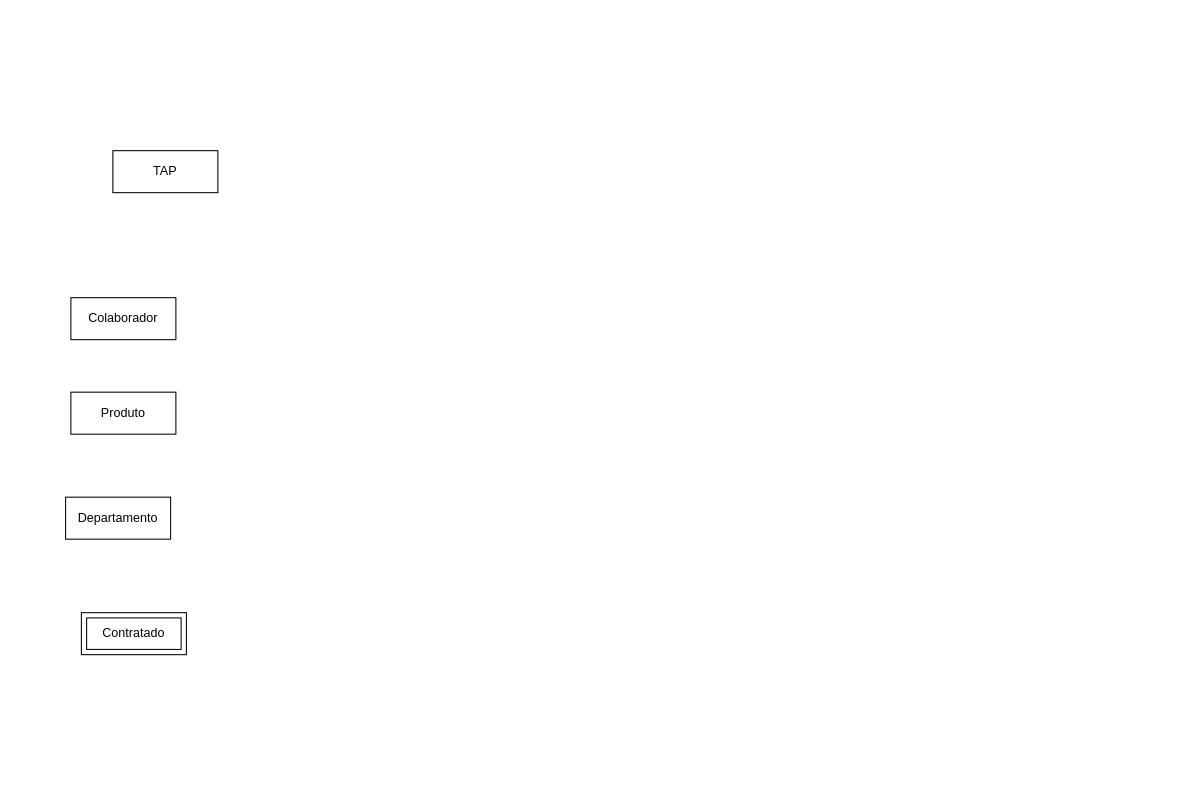
danielpiupiu/Projetos keeps this draw.io diagram as Ativos de produção.drawio. Above is the earlier version. Source tidied: cells renumbered, new cells numbered last; positions are measured from the earlier drawing's top-left corner, leaving out a move shared by most shapes. Both pictures are drawn from the tidied source at 105%, with x=0, y=0 at pixel (65, 150).
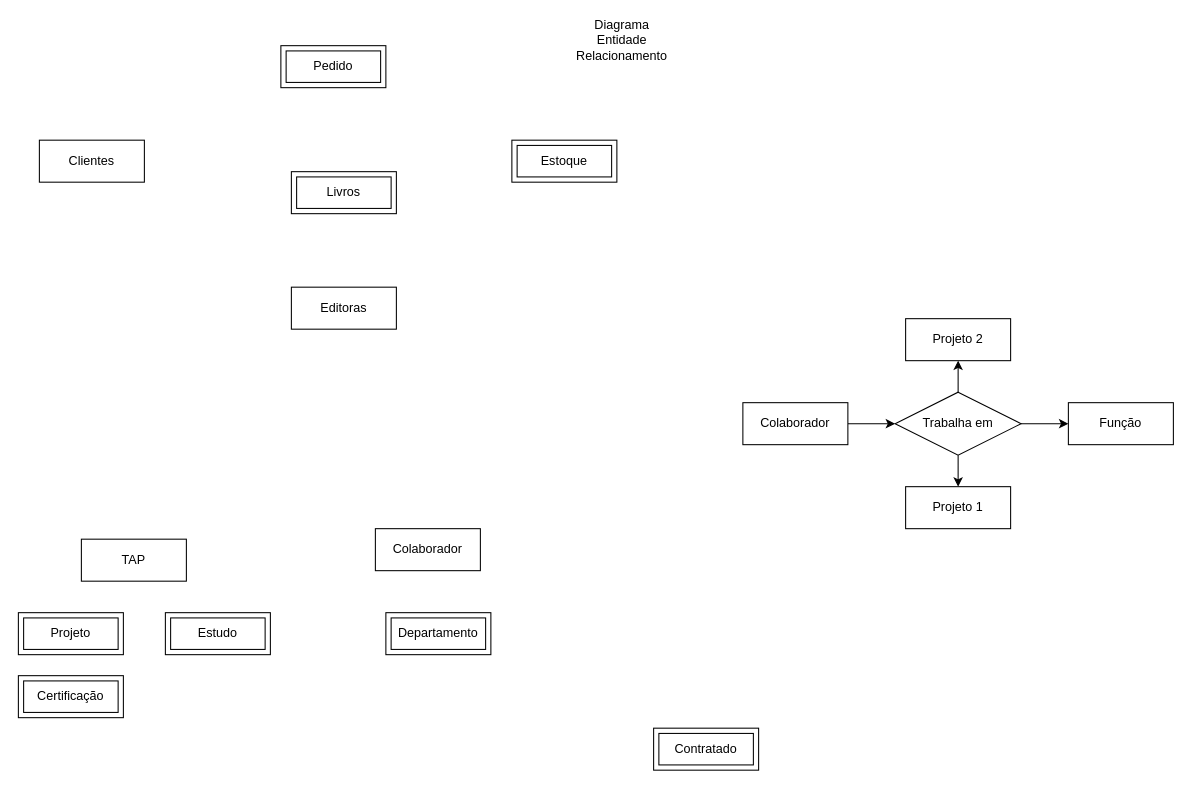
The same page after the edit.

Change to the diagram source:
```diff
@@
+    <mxCell id="7" style="edgeStyle=orthogonalEdgeStyle;rounded=0;jettySize=auto;html=1;" parent="1" edge="1" source="2" target="20">
+      <mxGeometry relative="1" as="geometry" />
+    </mxCell>
     <mxCell id="2" value="Colaborador" style="whiteSpace=wrap;html=1;align=center;" parent="1" vertex="1">
-      <mxGeometry x="5" y="140" width="100" height="40" as="geometry" />
+      <mxGeometry x="645" y="240" width="100" height="40" as="geometry" />
     </mxCell>
-    <mxCell id="3" value="Produto" style="whiteSpace=wrap;html=1;align=center;" parent="1" vertex="1">
-      <mxGeometry x="5" y="230" width="100" height="40" as="geometry" />
-    </mxCell>
-    <mxCell id="4" value="Departamento" style="whiteSpace=wrap;html=1;align=center;" parent="1" vertex="1">
-      <mxGeometry y="330" width="100" height="40" as="geometry" />
-    </mxCell>
     <mxCell id="5" value="Contratado" style="shape=ext;margin=3;double=1;whiteSpace=wrap;html=1;align=center;" parent="1" vertex="1">
-      <mxGeometry x="15" y="440" width="100" height="40" as="geometry" />
+      <mxGeometry x="560" y="550" width="100" height="40" as="geometry" />
     </mxCell>
     <mxCell id="6" value="TAP" style="whiteSpace=wrap;html=1;align=center;" parent="1" vertex="1">
-      <mxGeometry x="45" width="100" height="40" as="geometry" />
+      <mxGeometry x="15" y="370" width="100" height="40" as="geometry" />
     </mxCell>
+    <mxCell id="8" value="Clientes" style="whiteSpace=wrap;html=1;align=center;" parent="1" vertex="1">
+      <mxGeometry x="-25" y="-10" width="100" height="40" as="geometry" />
+    </mxCell>
+    <mxCell id="9" value="Editoras" style="whiteSpace=wrap;html=1;align=center;" parent="1" vertex="1">
+      <mxGeometry x="215" y="130" width="100" height="40" as="geometry" />
+    </mxCell>
+    <mxCell id="10" value="Livros" style="shape=ext;margin=3;double=1;whiteSpace=wrap;html=1;align=center;" parent="1" vertex="1">
+      <mxGeometry x="215" y="20" width="100" height="40" as="geometry" />
+    </mxCell>
+    <mxCell id="11" value="Pedido" style="shape=ext;margin=3;double=1;whiteSpace=wrap;html=1;align=center;" parent="1" vertex="1">
+      <mxGeometry x="205" y="-100" width="100" height="40" as="geometry" />
+    </mxCell>
+    <mxCell id="12" value="Estoque" style="shape=ext;margin=3;double=1;whiteSpace=wrap;html=1;align=center;" parent="1" vertex="1">
+      <mxGeometry x="425" y="-10" width="100" height="40" as="geometry" />
+    </mxCell>
+    <mxCell id="4" value="Departamento" style="shape=ext;margin=3;double=1;whiteSpace=wrap;html=1;align=center;" parent="1" vertex="1">
+      <mxGeometry x="305" y="440" width="100" height="40" as="geometry" />
+    </mxCell>
+    <mxCell id="13" value="Projeto" style="shape=ext;margin=3;double=1;whiteSpace=wrap;html=1;align=center;" parent="1" vertex="1">
+      <mxGeometry x="-45" y="440" width="100" height="40" as="geometry" />
+    </mxCell>
+    <mxCell id="14" value="Estudo" style="shape=ext;margin=3;double=1;whiteSpace=wrap;html=1;align=center;" parent="1" vertex="1">
+      <mxGeometry x="95" y="440" width="100" height="40" as="geometry" />
+    </mxCell>
+    <mxCell id="15" value="Certificação" style="shape=ext;margin=3;double=1;whiteSpace=wrap;html=1;align=center;" parent="1" vertex="1">
+      <mxGeometry x="-45" y="500" width="100" height="40" as="geometry" />
+    </mxCell>
+    <mxCell id="16" value="Diagrama Entidade Relacionamento" style="text;html=1;align=center;verticalAlign=middle;whiteSpace=wrap;rounded=0;" parent="1" vertex="1">
+      <mxGeometry x="500" y="-120" width="60" height="30" as="geometry" />
+    </mxCell>
+    <mxCell id="17" style="edgeStyle=orthogonalEdgeStyle;rounded=0;jettySize=auto;html=1;" parent="1" edge="1" source="20" target="24">
+      <mxGeometry relative="1" as="geometry" />
+    </mxCell>
+    <mxCell id="18" style="edgeStyle=orthogonalEdgeStyle;rounded=0;jettySize=auto;html=1;" parent="1" edge="1" source="20" target="23">
+      <mxGeometry relative="1" as="geometry" />
+    </mxCell>
+    <mxCell id="19" style="edgeStyle=orthogonalEdgeStyle;rounded=0;jettySize=auto;html=1;" parent="1" edge="1" source="20" target="22">
+      <mxGeometry relative="1" as="geometry" />
+    </mxCell>
+    <mxCell id="20" value="Trabalha em" style="shape=rhombus;perimeter=rhombusPerimeter;whiteSpace=wrap;html=1;align=center;" parent="1" vertex="1">
+      <mxGeometry x="790" y="230" width="120" height="60" as="geometry" />
+    </mxCell>
+    <mxCell id="21" value="Colaborador" style="whiteSpace=wrap;html=1;align=center;" parent="1" vertex="1">
+      <mxGeometry x="295" y="360" width="100" height="40" as="geometry" />
+    </mxCell>
+    <mxCell id="22" value="Função" style="whiteSpace=wrap;html=1;align=center;" parent="1" vertex="1">
+      <mxGeometry x="955" y="240" width="100" height="40" as="geometry" />
+    </mxCell>
+    <mxCell id="23" value="Projeto 1" style="whiteSpace=wrap;html=1;align=center;" parent="1" vertex="1">
+      <mxGeometry x="800" y="320" width="100" height="40" as="geometry" />
+    </mxCell>
+    <mxCell id="24" value="Projeto 2" style="whiteSpace=wrap;html=1;align=center;" parent="1" vertex="1">
+      <mxGeometry x="800" y="160" width="100" height="40" as="geometry" />
+    </mxCell>
```
